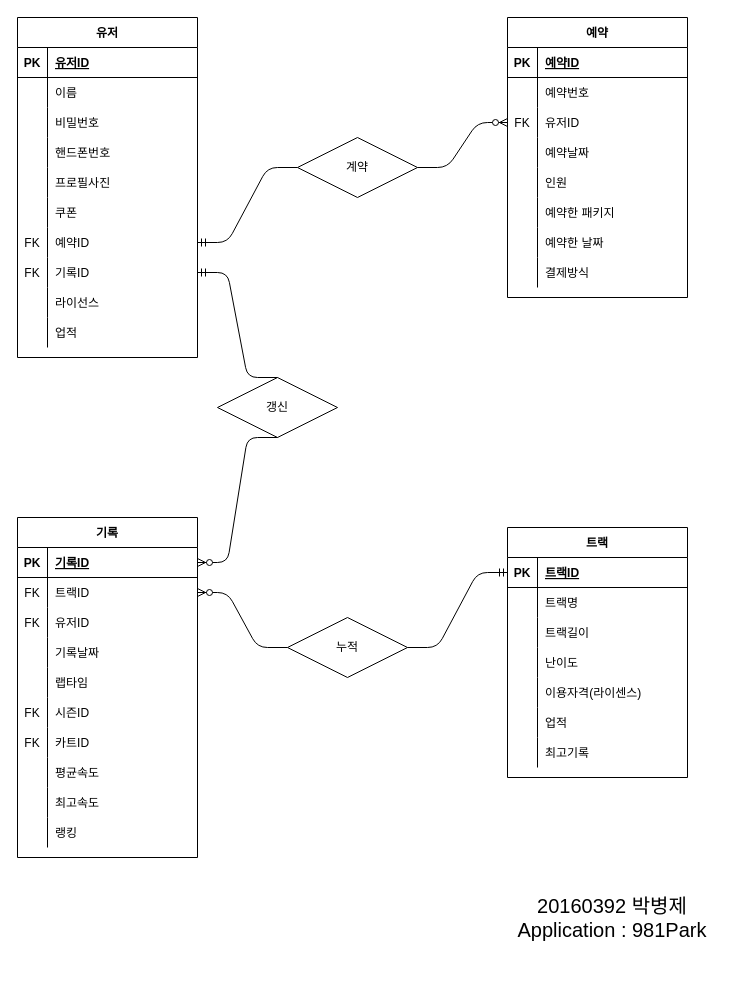
Earlier version of the draw.io diagram Midterm.drawio (bejpark/dbexercise). Source tidied: cells renumbered, new cells numbered last; positions are measured from the earlier drawing's top-left corner, leaving out a move shared by most shapes. Both pictures are drawn from the tidied source at 100%, with x=0, y=0 at pixel (17, 17).
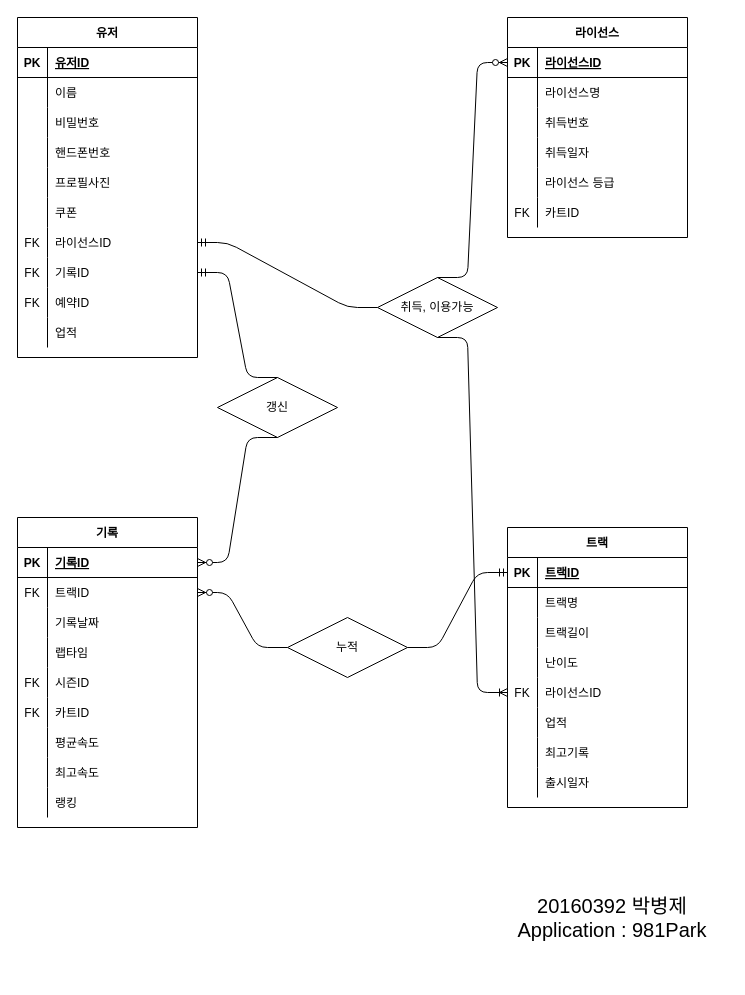
After the change.

Unchanged cells that the change refers to:
```xml
<mxCell id="21" style="shape=partialRectangle;fillColor=none;top=0;left=0;bottom=0;right=0;points=[[0,0.5],[1,0.5]];portConstraint=eastwest;" parent="2" vertex="1">
  <mxGeometry y="210" width="180" height="30" as="geometry" />
</mxCell>
<mxCell id="27" style="shape=partialRectangle;fillColor=none;top=0;left=0;bottom=0;right=0;" parent="2" vertex="1">
  <mxGeometry y="270" width="180" height="30" as="geometry" />
</mxCell>
<mxCell id="34" style="shape=partialRectangle;fillColor=none;top=0;left=0;bottom=1;right=0;points=[[0,0.5],[1,0.5]];portConstraint=eastwest;" parent="33" vertex="1">
  <mxGeometry y="30" width="180" height="30" as="geometry" />
</mxCell>
<mxCell id="37" style="shape=partialRectangle;fillColor=none;top=0;left=0;bottom=0;right=0;" parent="33" vertex="1">
  <mxGeometry y="60" width="180" height="30" as="geometry" />
</mxCell>
<mxCell id="102" style="shape=partialRectangle;fillColor=none;top=0;left=0;bottom=0;right=0;points=[[0,0.5],[1,0.5]];portConstraint=eastwest;" parent="89" vertex="1">
  <mxGeometry y="150" width="180" height="30" as="geometry" />
</mxCell>
```

Diff of the diagram source:
```diff
@@
-    <mxCell id="23" value="예약ID" style="shape=partialRectangle;fillColor=none;top=0;left=0;bottom=0;right=0;align=left;spacingLeft=6;overflow=hidden;" parent="21" vertex="1">
+    <mxCell id="23" value="라이선스ID" style="shape=partialRectangle;fillColor=none;top=0;left=0;bottom=0;right=0;align=left;spacingLeft=6;overflow=hidden;" parent="21" vertex="1">
       <mxGeometry x="30" width="150" height="30" as="geometry" />
     </mxCell>
@@
-    <mxCell id="28" style="shape=partialRectangle;fillColor=none;top=0;left=0;bottom=0;right=0;overflow=hidden;" parent="27" vertex="1">
+    <mxCell id="28" value="FK" style="shape=partialRectangle;fillColor=none;top=0;left=0;bottom=0;right=0;overflow=hidden;" parent="27" vertex="1">
       <mxGeometry width="30" height="30" as="geometry" />
     </mxCell>
-    <mxCell id="29" value="라이선스" style="shape=partialRectangle;fillColor=none;top=0;left=0;bottom=0;right=0;align=left;spacingLeft=6;overflow=hidden;" parent="27" vertex="1">
+    <mxCell id="29" value="예약ID" style="shape=partialRectangle;fillColor=none;top=0;left=0;bottom=0;right=0;align=left;spacingLeft=6;overflow=hidden;" parent="27" vertex="1">
       <mxGeometry x="30" width="150" height="30" as="geometry" />
     </mxCell>
@@
-    <mxCell id="33" value="예약" style="shape=table;startSize=30;childLayout=tableLayout;rowLines=0;fontStyle=1;align=center;" parent="1" vertex="1">
-      <mxGeometry x="490" width="180" height="280" as="geometry" />
+    <mxCell id="33" value="라이선스" style="shape=table;startSize=30;childLayout=tableLayout;rowLines=0;fontStyle=1;align=center;" parent="1" vertex="1">
+      <mxGeometry x="490" width="180" height="220" as="geometry" />
     </mxCell>
@@
-    <mxCell id="36" value="예약ID" style="shape=partialRectangle;fillColor=none;top=0;left=0;bottom=0;right=0;align=left;spacingLeft=6;fontStyle=5;overflow=hidden;" parent="34" vertex="1">
+    <mxCell id="36" value="라이선스ID" style="shape=partialRectangle;fillColor=none;top=0;left=0;bottom=0;right=0;align=left;spacingLeft=6;fontStyle=5;overflow=hidden;" parent="34" vertex="1">
       <mxGeometry x="30" width="150" height="30" as="geometry" />
     </mxCell>
@@
-    <mxCell id="39" value="예약번호" style="shape=partialRectangle;fillColor=none;top=0;left=0;bottom=0;right=0;align=left;spacingLeft=6;overflow=hidden;" parent="37" vertex="1">
+    <mxCell id="39" value="라이선스명" style="shape=partialRectangle;fillColor=none;top=0;left=0;bottom=0;right=0;align=left;spacingLeft=6;overflow=hidden;" parent="37" vertex="1">
       <mxGeometry x="30" width="150" height="30" as="geometry" />
     </mxCell>
-    <mxCell id="40" style="shape=partialRectangle;fillColor=none;top=0;left=0;bottom=0;right=0;points=[[0,0.5],[1,0.5]];portConstraint=eastwest;" parent="33" vertex="1">
-      <mxGeometry y="90" width="180" height="30" as="geometry" />
-    </mxCell>
-    <mxCell id="41" value="FK" style="shape=partialRectangle;fillColor=none;top=0;left=0;bottom=0;right=0;overflow=hidden;" parent="40" vertex="1">
-      <mxGeometry width="30" height="30" as="geometry" />
-    </mxCell>
-    <mxCell id="42" value="유저ID" style="shape=partialRectangle;fillColor=none;top=0;left=0;bottom=0;right=0;align=left;spacingLeft=6;overflow=hidden;" parent="40" vertex="1">
-      <mxGeometry x="30" width="150" height="30" as="geometry" />
-    </mxCell>
-    <mxCell id="43" style="shape=partialRectangle;fillColor=none;top=0;left=0;bottom=0;right=0;" parent="33" vertex="1">
-      <mxGeometry y="120" width="180" height="30" as="geometry" />
-    </mxCell>
-    <mxCell id="44" style="shape=partialRectangle;fillColor=none;top=0;left=0;bottom=0;right=0;overflow=hidden;" parent="43" vertex="1">
-      <mxGeometry width="30" height="30" as="geometry" />
-    </mxCell>
-    <mxCell id="45" value="예약날짜" style="shape=partialRectangle;fillColor=none;top=0;left=0;bottom=0;right=0;align=left;spacingLeft=6;overflow=hidden;" parent="43" vertex="1">
-      <mxGeometry x="30" width="150" height="30" as="geometry" />
-    </mxCell>
-    <mxCell id="46" style="shape=partialRectangle;fillColor=none;top=0;left=0;bottom=0;right=0;" parent="33" vertex="1">
-      <mxGeometry y="150" width="180" height="30" as="geometry" />
-    </mxCell>
-    <mxCell id="47" style="shape=partialRectangle;fillColor=none;top=0;left=0;bottom=0;right=0;overflow=hidden;" parent="46" vertex="1">
-      <mxGeometry width="30" height="30" as="geometry" />
-    </mxCell>
-    <mxCell id="48" value="인원" style="shape=partialRectangle;fillColor=none;top=0;left=0;bottom=0;right=0;align=left;spacingLeft=6;overflow=hidden;" parent="46" vertex="1">
-      <mxGeometry x="30" width="150" height="30" as="geometry" />
-    </mxCell>
-    <mxCell id="49" style="shape=partialRectangle;fillColor=none;top=0;left=0;bottom=0;right=0;" parent="33" vertex="1">
-      <mxGeometry y="180" width="180" height="30" as="geometry" />
-    </mxCell>
-    <mxCell id="50" style="shape=partialRectangle;fillColor=none;top=0;left=0;bottom=0;right=0;overflow=hidden;" parent="49" vertex="1">
-      <mxGeometry width="30" height="30" as="geometry" />
-    </mxCell>
-    <mxCell id="51" value="예약한 패키지" style="shape=partialRectangle;fillColor=none;top=0;left=0;bottom=0;right=0;align=left;spacingLeft=6;overflow=hidden;" parent="49" vertex="1">
-      <mxGeometry x="30" width="150" height="30" as="geometry" />
-    </mxCell>
     <mxCell id="52" style="shape=partialRectangle;fillColor=none;top=0;left=0;bottom=0;right=0;" parent="33" vertex="1">
-      <mxGeometry y="210" width="180" height="30" as="geometry" />
+      <mxGeometry y="90" width="180" height="30" as="geometry" />
     </mxCell>
@@
-    <mxCell id="54" value="예약한 날짜" style="shape=partialRectangle;fillColor=none;top=0;left=0;bottom=0;right=0;align=left;spacingLeft=6;overflow=hidden;" parent="52" vertex="1">
+    <mxCell id="54" value="취득번호" style="shape=partialRectangle;fillColor=none;top=0;left=0;bottom=0;right=0;align=left;spacingLeft=6;overflow=hidden;" parent="52" vertex="1">
       <mxGeometry x="30" width="150" height="30" as="geometry" />
     </mxCell>
     <mxCell id="55" style="shape=partialRectangle;fillColor=none;top=0;left=0;bottom=0;right=0;" parent="33" vertex="1">
-      <mxGeometry y="240" width="180" height="30" as="geometry" />
+      <mxGeometry y="120" width="180" height="30" as="geometry" />
     </mxCell>
@@
-    <mxCell id="57" value="결제방식" style="shape=partialRectangle;fillColor=none;top=0;left=0;bottom=0;right=0;align=left;spacingLeft=6;overflow=hidden;" parent="55" vertex="1">
+    <mxCell id="57" value="취득일자" style="shape=partialRectangle;fillColor=none;top=0;left=0;bottom=0;right=0;align=left;spacingLeft=6;overflow=hidden;" parent="55" vertex="1">
       <mxGeometry x="30" width="150" height="30" as="geometry" />
     </mxCell>
+    <mxCell id="46" style="shape=partialRectangle;fillColor=none;top=0;left=0;bottom=0;right=0;" parent="33" vertex="1">
+      <mxGeometry y="150" width="180" height="30" as="geometry" />
+    </mxCell>
+    <mxCell id="121" style="shape=partialRectangle;fillColor=none;top=0;left=0;bottom=0;right=0;overflow=hidden;" parent="46" vertex="1">
+      <mxGeometry width="30" height="30" as="geometry" />
+    </mxCell>
+    <mxCell id="122" value="라이선스 등급" style="shape=partialRectangle;fillColor=none;top=0;left=0;bottom=0;right=0;align=left;spacingLeft=6;overflow=hidden;" parent="46" vertex="1">
+      <mxGeometry x="30" width="150" height="30" as="geometry" />
+    </mxCell>
+    <mxCell id="49" style="shape=partialRectangle;fillColor=none;top=0;left=0;bottom=0;right=0;" parent="33" vertex="1">
+      <mxGeometry y="180" width="180" height="30" as="geometry" />
+    </mxCell>
+    <mxCell id="123" value="FK" style="shape=partialRectangle;fillColor=none;top=0;left=0;bottom=0;right=0;overflow=hidden;" parent="49" vertex="1">
+      <mxGeometry width="30" height="30" as="geometry" />
+    </mxCell>
+    <mxCell id="124" value="카트ID" style="shape=partialRectangle;fillColor=none;top=0;left=0;bottom=0;right=0;align=left;spacingLeft=6;overflow=hidden;" parent="49" vertex="1">
+      <mxGeometry x="30" width="150" height="30" as="geometry" />
+    </mxCell>
     <mxCell id="58" value="기록" style="shape=table;startSize=30;childLayout=tableLayout;rowLines=0;fontStyle=1;align=center;" parent="1" vertex="1">
-      <mxGeometry y="500" width="180" height="340" as="geometry" />
+      <mxGeometry y="500" width="180" height="310" as="geometry" />
     </mxCell>
@@
-    <mxCell id="65" style="shape=partialRectangle;fillColor=none;top=0;left=0;bottom=0;right=0;" parent="58" vertex="1">
-      <mxGeometry y="90" width="180" height="30" as="geometry" />
-    </mxCell>
-    <mxCell id="66" value="FK" style="shape=partialRectangle;fillColor=none;top=0;left=0;bottom=0;right=0;overflow=hidden;" parent="65" vertex="1">
-      <mxGeometry width="30" height="30" as="geometry" />
-    </mxCell>
-    <mxCell id="67" value="유저ID" style="shape=partialRectangle;fillColor=none;top=0;left=0;bottom=0;right=0;align=left;spacingLeft=6;overflow=hidden;" parent="65" vertex="1">
-      <mxGeometry x="30" width="150" height="30" as="geometry" />
-    </mxCell>
     <mxCell id="68" style="shape=partialRectangle;fillColor=none;top=0;left=0;bottom=0;right=0;" parent="58" vertex="1">
-      <mxGeometry y="120" width="180" height="30" as="geometry" />
+      <mxGeometry y="90" width="180" height="30" as="geometry" />
     </mxCell>
@@
     <mxCell id="71" style="shape=partialRectangle;fillColor=none;top=0;left=0;bottom=0;right=0;" parent="58" vertex="1">
-      <mxGeometry y="150" width="180" height="30" as="geometry" />
+      <mxGeometry y="120" width="180" height="30" as="geometry" />
     </mxCell>
@@
     <mxCell id="74" style="shape=partialRectangle;fillColor=none;top=0;left=0;bottom=0;right=0;" parent="58" vertex="1">
-      <mxGeometry y="180" width="180" height="30" as="geometry" />
+      <mxGeometry y="150" width="180" height="30" as="geometry" />
     </mxCell>
@@
     <mxCell id="77" style="shape=partialRectangle;fillColor=none;top=0;left=0;bottom=0;right=0;" parent="58" vertex="1">
-      <mxGeometry y="210" width="180" height="30" as="geometry" />
+      <mxGeometry y="180" width="180" height="30" as="geometry" />
     </mxCell>
@@
     <mxCell id="80" style="shape=partialRectangle;fillColor=none;top=0;left=0;bottom=0;right=0;" parent="58" vertex="1">
-      <mxGeometry y="240" width="180" height="30" as="geometry" />
+      <mxGeometry y="210" width="180" height="30" as="geometry" />
     </mxCell>
@@
     <mxCell id="83" style="shape=partialRectangle;fillColor=none;top=0;left=0;bottom=0;right=0;" parent="58" vertex="1">
-      <mxGeometry y="270" width="180" height="30" as="geometry" />
+      <mxGeometry y="240" width="180" height="30" as="geometry" />
     </mxCell>
@@
     <mxCell id="86" style="shape=partialRectangle;fillColor=none;top=0;left=0;bottom=0;right=0;" parent="58" vertex="1">
-      <mxGeometry y="300" width="180" height="30" as="geometry" />
+      <mxGeometry y="270" width="180" height="30" as="geometry" />
     </mxCell>
@@
     <mxCell id="89" value="트랙" style="shape=table;startSize=30;childLayout=tableLayout;rowLines=0;fontStyle=1;align=center;" parent="1" vertex="1">
-      <mxGeometry x="490" y="510" width="180" height="250" as="geometry" />
+      <mxGeometry x="490" y="510" width="180" height="280" as="geometry" />
     </mxCell>
@@
-    <mxCell id="103" style="shape=partialRectangle;fillColor=none;top=0;left=0;bottom=0;right=0;overflow=hidden;" parent="102" vertex="1">
+    <mxCell id="103" value="FK" style="shape=partialRectangle;fillColor=none;top=0;left=0;bottom=0;right=0;overflow=hidden;" parent="102" vertex="1">
       <mxGeometry width="30" height="30" as="geometry" />
     </mxCell>
-    <mxCell id="104" value="이용자격(라이센스)" style="shape=partialRectangle;fillColor=none;top=0;left=0;bottom=0;right=0;align=left;spacingLeft=6;overflow=hidden;" parent="102" vertex="1">
+    <mxCell id="104" value="라이선스ID" style="shape=partialRectangle;fillColor=none;top=0;left=0;bottom=0;right=0;align=left;spacingLeft=6;overflow=hidden;" parent="102" vertex="1">
       <mxGeometry x="30" width="150" height="30" as="geometry" />
     </mxCell>
@@
+    <mxCell id="125" style="shape=partialRectangle;fillColor=none;top=0;left=0;bottom=0;right=0;" parent="89" vertex="1">
+      <mxGeometry y="240" width="180" height="30" as="geometry" />
+    </mxCell>
+    <mxCell id="126" style="shape=partialRectangle;fillColor=none;top=0;left=0;bottom=0;right=0;overflow=hidden;" parent="125" vertex="1">
+      <mxGeometry width="30" height="30" as="geometry" />
+    </mxCell>
+    <mxCell id="127" value="출시일자" style="shape=partialRectangle;fillColor=none;top=0;left=0;bottom=0;right=0;align=left;spacingLeft=6;overflow=hidden;" parent="125" vertex="1">
+      <mxGeometry x="30" width="150" height="30" as="geometry" />
+    </mxCell>
-    <mxCell id="111" value="계약" style="shape=rhombus;perimeter=rhombusPerimeter;whiteSpace=wrap;html=1;align=center;" parent="1" vertex="1">
-      <mxGeometry x="280" y="120" width="120" height="60" as="geometry" />
+    <mxCell id="111" value="취득, 이용가능" style="shape=rhombus;perimeter=rhombusPerimeter;whiteSpace=wrap;html=1;align=center;" parent="1" vertex="1">
+      <mxGeometry x="360" y="260" width="120" height="60" as="geometry" />
     </mxCell>
@@
-    <mxCell id="115" style="edgeStyle=entityRelationEdgeStyle;fontSize=12;html=1;endArrow=ERzeroToMany;endFill=1;exitX=1;exitY=0.5;exitDx=0;exitDy=0;entryX=0;entryY=0.5;entryDx=0;entryDy=0;" parent="1" edge="1" source="111" target="40">
-      <mxGeometry relative="1" as="geometry" />
-    </mxCell>
@@
+    <mxCell id="128" style="edgeStyle=entityRelationEdgeStyle;fontSize=12;html=1;endArrow=ERoneToMany;endFill=0;exitX=0.5;exitY=1;exitDx=0;exitDy=0;" parent="1" edge="1" source="111" target="102">
+      <mxGeometry relative="1" as="geometry" />
+    </mxCell>
+    <mxCell id="129" style="edgeStyle=entityRelationEdgeStyle;fontSize=12;html=1;endArrow=ERzeroToMany;endFill=1;exitX=0.5;exitY=0;exitDx=0;exitDy=0;entryX=0;entryY=0.5;entryDx=0;entryDy=0;" parent="1" edge="1" source="111" target="34">
+      <mxGeometry relative="1" as="geometry" />
+    </mxCell>
```
